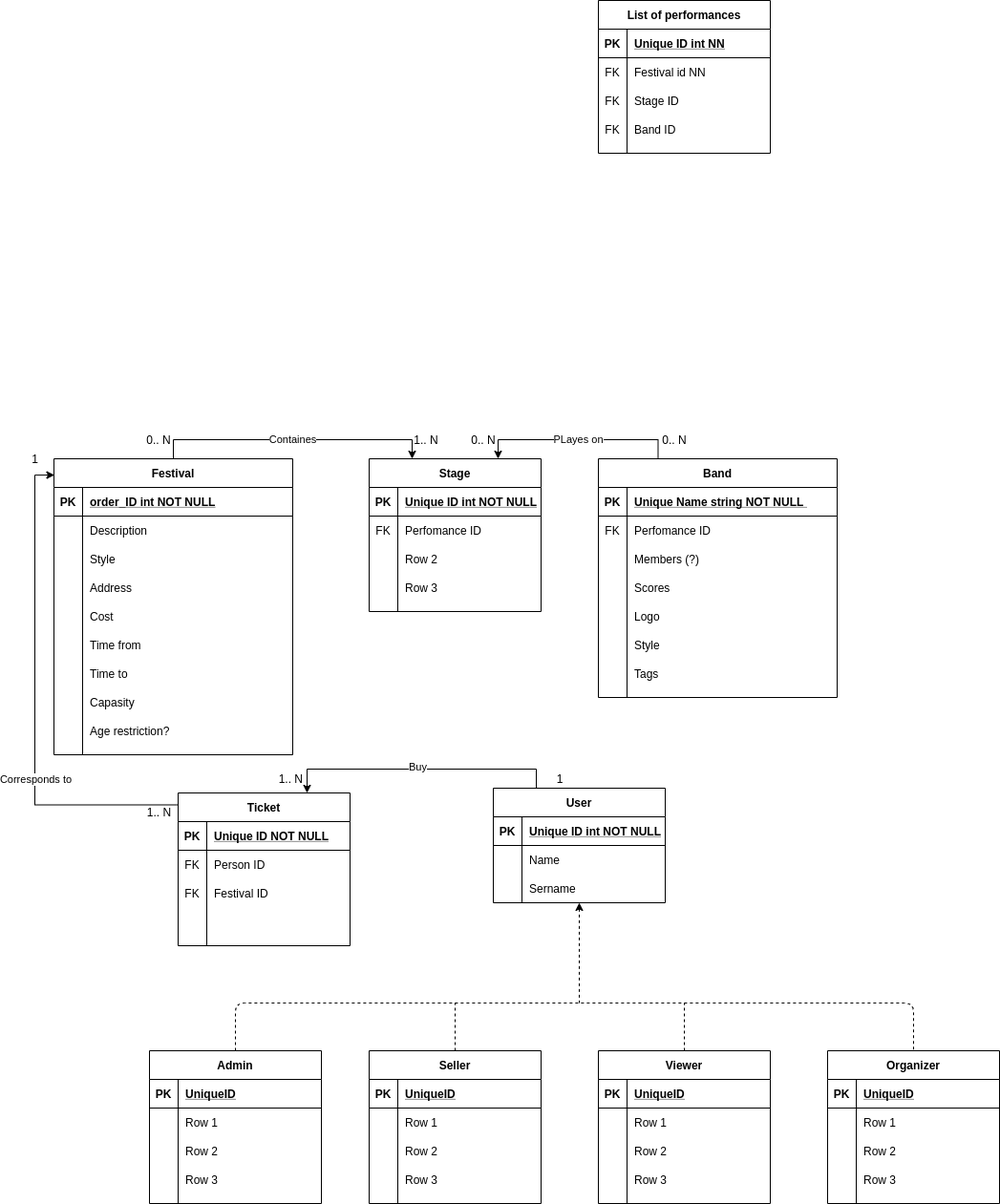
x00Pavel/festival-IS keeps this draw.io diagram as gallery-is-ER.png. Above is the earlier version. Source tidied: cells renumbered, new cells last; positions are measured from the earlier drawing's top-left corner, leaving out a move shared by most shapes.
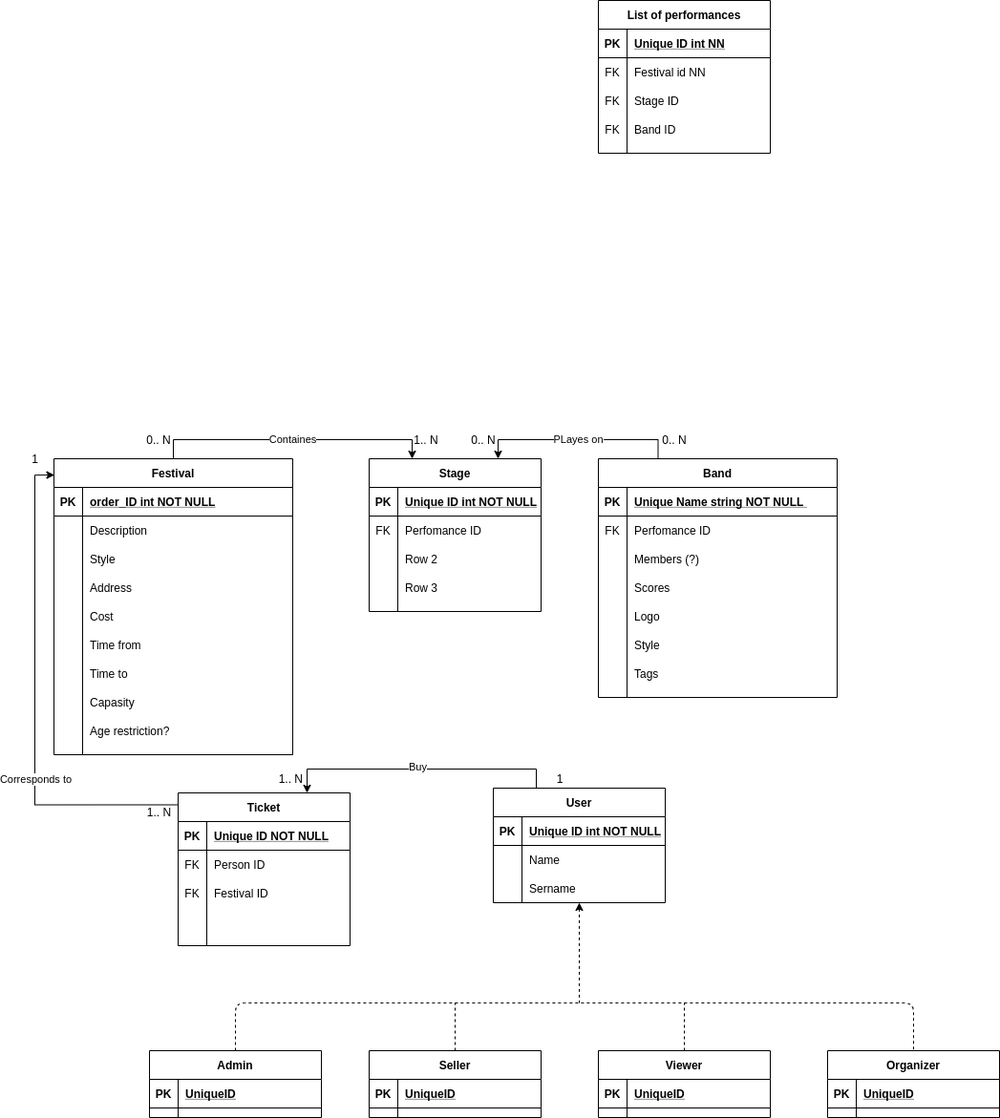
After the commit.

Change to the diagram source:
```diff
@@ -351,7 +351,7 @@
       <mxGeometry x="120" y="840" width="40" height="20" as="geometry" />
     </mxCell>
     <mxCell id="116" value="Admin" style="shape=table;startSize=30;rowLines=0;fontStyle=1;align=center;" parent="1" vertex="1">
-      <mxGeometry x="130" y="1100" width="180" height="160" as="geometry" />
+      <mxGeometry x="130" y="1100" width="180" height="70" as="geometry" />
     </mxCell>
     <mxCell id="117" style="shape=partialRectangle;fillColor=none;top=0;left=0;bottom=1;right=0;" parent="116" vertex="1">
       <mxGeometry y="30" width="180" height="30" as="geometry" />
@@ -362,35 +362,8 @@
     <mxCell id="119" value="UniqueID" style="shape=partialRectangle;fillColor=none;top=0;left=0;bottom=0;right=0;align=left;spacingLeft=6;fontStyle=5;overflow=hidden;" parent="117" vertex="1">
       <mxGeometry x="30" width="150" height="30" as="geometry" />
     </mxCell>
-    <mxCell id="120" style="shape=partialRectangle;fillColor=none;top=0;left=0;bottom=0;right=0;" parent="116" vertex="1">
-      <mxGeometry y="60" width="180" height="30" as="geometry" />
-    </mxCell>
-    <mxCell id="121" style="shape=partialRectangle;fillColor=none;top=0;left=0;bottom=0;right=0;overflow=hidden;" parent="120" vertex="1">
-      <mxGeometry width="30" height="30" as="geometry" />
-    </mxCell>
-    <mxCell id="122" value="Row 1" style="shape=partialRectangle;fillColor=none;top=0;left=0;bottom=0;right=0;align=left;spacingLeft=6;overflow=hidden;" parent="120" vertex="1">
-      <mxGeometry x="30" width="150" height="30" as="geometry" />
-    </mxCell>
-    <mxCell id="123" style="shape=partialRectangle;fillColor=none;top=0;left=0;bottom=0;right=0;" parent="116" vertex="1">
-      <mxGeometry y="90" width="180" height="30" as="geometry" />
-    </mxCell>
-    <mxCell id="124" style="shape=partialRectangle;fillColor=none;top=0;left=0;bottom=0;right=0;overflow=hidden;" parent="123" vertex="1">
-      <mxGeometry width="30" height="30" as="geometry" />
-    </mxCell>
-    <mxCell id="125" value="Row 2" style="shape=partialRectangle;fillColor=none;top=0;left=0;bottom=0;right=0;align=left;spacingLeft=6;overflow=hidden;" parent="123" vertex="1">
-      <mxGeometry x="30" width="150" height="30" as="geometry" />
-    </mxCell>
-    <mxCell id="126" style="shape=partialRectangle;fillColor=none;top=0;left=0;bottom=0;right=0;" parent="116" vertex="1">
-      <mxGeometry y="120" width="180" height="30" as="geometry" />
-    </mxCell>
-    <mxCell id="127" style="shape=partialRectangle;fillColor=none;top=0;left=0;bottom=0;right=0;overflow=hidden;" parent="126" vertex="1">
-      <mxGeometry width="30" height="30" as="geometry" />
-    </mxCell>
-    <mxCell id="128" value="Row 3" style="shape=partialRectangle;fillColor=none;top=0;left=0;bottom=0;right=0;align=left;spacingLeft=6;overflow=hidden;" parent="126" vertex="1">
-      <mxGeometry x="30" width="150" height="30" as="geometry" />
-    </mxCell>
     <mxCell id="129" value="Organizer" style="shape=table;startSize=30;rowLines=0;fontStyle=1;align=center;" parent="1" vertex="1">
-      <mxGeometry x="840" y="1100" width="180" height="160" as="geometry" />
+      <mxGeometry x="840" y="1100" width="180" height="70" as="geometry" />
     </mxCell>
     <mxCell id="130" style="shape=partialRectangle;fillColor=none;top=0;left=0;bottom=1;right=0;" parent="129" vertex="1">
       <mxGeometry y="30" width="180" height="30" as="geometry" />
@@ -401,35 +374,8 @@
     <mxCell id="132" value="UniqueID" style="shape=partialRectangle;fillColor=none;top=0;left=0;bottom=0;right=0;align=left;spacingLeft=6;fontStyle=5;overflow=hidden;" parent="130" vertex="1">
       <mxGeometry x="30" width="150" height="30" as="geometry" />
     </mxCell>
-    <mxCell id="133" style="shape=partialRectangle;fillColor=none;top=0;left=0;bottom=0;right=0;" parent="129" vertex="1">
-      <mxGeometry y="60" width="180" height="30" as="geometry" />
-    </mxCell>
-    <mxCell id="134" style="shape=partialRectangle;fillColor=none;top=0;left=0;bottom=0;right=0;overflow=hidden;" parent="133" vertex="1">
-      <mxGeometry width="30" height="30" as="geometry" />
-    </mxCell>
-    <mxCell id="135" value="Row 1" style="shape=partialRectangle;fillColor=none;top=0;left=0;bottom=0;right=0;align=left;spacingLeft=6;overflow=hidden;" parent="133" vertex="1">
-      <mxGeometry x="30" width="150" height="30" as="geometry" />
-    </mxCell>
-    <mxCell id="136" style="shape=partialRectangle;fillColor=none;top=0;left=0;bottom=0;right=0;" parent="129" vertex="1">
-      <mxGeometry y="90" width="180" height="30" as="geometry" />
-    </mxCell>
-    <mxCell id="137" style="shape=partialRectangle;fillColor=none;top=0;left=0;bottom=0;right=0;overflow=hidden;" parent="136" vertex="1">
-      <mxGeometry width="30" height="30" as="geometry" />
-    </mxCell>
-    <mxCell id="138" value="Row 2" style="shape=partialRectangle;fillColor=none;top=0;left=0;bottom=0;right=0;align=left;spacingLeft=6;overflow=hidden;" parent="136" vertex="1">
-      <mxGeometry x="30" width="150" height="30" as="geometry" />
-    </mxCell>
-    <mxCell id="139" style="shape=partialRectangle;fillColor=none;top=0;left=0;bottom=0;right=0;" parent="129" vertex="1">
-      <mxGeometry y="120" width="180" height="30" as="geometry" />
-    </mxCell>
-    <mxCell id="140" style="shape=partialRectangle;fillColor=none;top=0;left=0;bottom=0;right=0;overflow=hidden;" parent="139" vertex="1">
-      <mxGeometry width="30" height="30" as="geometry" />
-    </mxCell>
-    <mxCell id="141" value="Row 3" style="shape=partialRectangle;fillColor=none;top=0;left=0;bottom=0;right=0;align=left;spacingLeft=6;overflow=hidden;" parent="139" vertex="1">
-      <mxGeometry x="30" width="150" height="30" as="geometry" />
-    </mxCell>
     <mxCell id="142" value="Seller" style="shape=table;startSize=30;rowLines=0;fontStyle=1;align=center;" parent="1" vertex="1">
-      <mxGeometry x="360" y="1100" width="180" height="160" as="geometry" />
+      <mxGeometry x="360" y="1100" width="180" height="70" as="geometry" />
     </mxCell>
     <mxCell id="143" style="shape=partialRectangle;fillColor=none;top=0;left=0;bottom=1;right=0;" parent="142" vertex="1">
       <mxGeometry y="30" width="180" height="30" as="geometry" />
@@ -440,40 +386,13 @@
     <mxCell id="145" value="UniqueID" style="shape=partialRectangle;fillColor=none;top=0;left=0;bottom=0;right=0;align=left;spacingLeft=6;fontStyle=5;overflow=hidden;" parent="143" vertex="1">
       <mxGeometry x="30" width="150" height="30" as="geometry" />
     </mxCell>
-    <mxCell id="146" style="shape=partialRectangle;fillColor=none;top=0;left=0;bottom=0;right=0;" parent="142" vertex="1">
-      <mxGeometry y="60" width="180" height="30" as="geometry" />
-    </mxCell>
-    <mxCell id="147" style="shape=partialRectangle;fillColor=none;top=0;left=0;bottom=0;right=0;overflow=hidden;" parent="146" vertex="1">
-      <mxGeometry width="30" height="30" as="geometry" />
-    </mxCell>
-    <mxCell id="148" value="Row 1" style="shape=partialRectangle;fillColor=none;top=0;left=0;bottom=0;right=0;align=left;spacingLeft=6;overflow=hidden;" parent="146" vertex="1">
-      <mxGeometry x="30" width="150" height="30" as="geometry" />
-    </mxCell>
-    <mxCell id="149" style="shape=partialRectangle;fillColor=none;top=0;left=0;bottom=0;right=0;" parent="142" vertex="1">
-      <mxGeometry y="90" width="180" height="30" as="geometry" />
-    </mxCell>
-    <mxCell id="150" style="shape=partialRectangle;fillColor=none;top=0;left=0;bottom=0;right=0;overflow=hidden;" parent="149" vertex="1">
-      <mxGeometry width="30" height="30" as="geometry" />
-    </mxCell>
-    <mxCell id="151" value="Row 2" style="shape=partialRectangle;fillColor=none;top=0;left=0;bottom=0;right=0;align=left;spacingLeft=6;overflow=hidden;" parent="149" vertex="1">
-      <mxGeometry x="30" width="150" height="30" as="geometry" />
-    </mxCell>
-    <mxCell id="152" style="shape=partialRectangle;fillColor=none;top=0;left=0;bottom=0;right=0;" parent="142" vertex="1">
-      <mxGeometry y="120" width="180" height="30" as="geometry" />
-    </mxCell>
-    <mxCell id="153" style="shape=partialRectangle;fillColor=none;top=0;left=0;bottom=0;right=0;overflow=hidden;" parent="152" vertex="1">
-      <mxGeometry width="30" height="30" as="geometry" />
-    </mxCell>
-    <mxCell id="154" value="Row 3" style="shape=partialRectangle;fillColor=none;top=0;left=0;bottom=0;right=0;align=left;spacingLeft=6;overflow=hidden;" parent="152" vertex="1">
-      <mxGeometry x="30" width="150" height="30" as="geometry" />
-    </mxCell>
     <mxCell id="155" style="edgeStyle=orthogonalEdgeStyle;rounded=0;jettySize=auto;html=1;exitX=0.5;exitY=0;exitDx=0;exitDy=0;dashed=1;endArrow=none;endFill=0;" parent="1" edge="1" source="156">
       <mxGeometry relative="1" as="geometry">
         <mxPoint x="690" y="1050" as="targetPoint" />
       </mxGeometry>
     </mxCell>
     <mxCell id="156" value="Viewer" style="shape=table;startSize=30;rowLines=0;fontStyle=1;align=center;" parent="1" vertex="1">
-      <mxGeometry x="600" y="1100" width="180" height="160" as="geometry" />
+      <mxGeometry x="600" y="1100" width="180" height="70" as="geometry" />
     </mxCell>
     <mxCell id="157" style="shape=partialRectangle;fillColor=none;top=0;left=0;bottom=1;right=0;" parent="156" vertex="1">
       <mxGeometry y="30" width="180" height="30" as="geometry" />
@@ -484,33 +403,6 @@
     <mxCell id="159" value="UniqueID" style="shape=partialRectangle;fillColor=none;top=0;left=0;bottom=0;right=0;align=left;spacingLeft=6;fontStyle=5;overflow=hidden;" parent="157" vertex="1">
       <mxGeometry x="30" width="150" height="30" as="geometry" />
     </mxCell>
-    <mxCell id="160" style="shape=partialRectangle;fillColor=none;top=0;left=0;bottom=0;right=0;" parent="156" vertex="1">
-      <mxGeometry y="60" width="180" height="30" as="geometry" />
-    </mxCell>
-    <mxCell id="161" style="shape=partialRectangle;fillColor=none;top=0;left=0;bottom=0;right=0;overflow=hidden;" parent="160" vertex="1">
-      <mxGeometry width="30" height="30" as="geometry" />
-    </mxCell>
-    <mxCell id="162" value="Row 1" style="shape=partialRectangle;fillColor=none;top=0;left=0;bottom=0;right=0;align=left;spacingLeft=6;overflow=hidden;" parent="160" vertex="1">
-      <mxGeometry x="30" width="150" height="30" as="geometry" />
-    </mxCell>
-    <mxCell id="163" style="shape=partialRectangle;fillColor=none;top=0;left=0;bottom=0;right=0;" parent="156" vertex="1">
-      <mxGeometry y="90" width="180" height="30" as="geometry" />
-    </mxCell>
-    <mxCell id="164" style="shape=partialRectangle;fillColor=none;top=0;left=0;bottom=0;right=0;overflow=hidden;" parent="163" vertex="1">
-      <mxGeometry width="30" height="30" as="geometry" />
-    </mxCell>
-    <mxCell id="165" value="Row 2" style="shape=partialRectangle;fillColor=none;top=0;left=0;bottom=0;right=0;align=left;spacingLeft=6;overflow=hidden;" parent="163" vertex="1">
-      <mxGeometry x="30" width="150" height="30" as="geometry" />
-    </mxCell>
-    <mxCell id="166" style="shape=partialRectangle;fillColor=none;top=0;left=0;bottom=0;right=0;" parent="156" vertex="1">
-      <mxGeometry y="120" width="180" height="30" as="geometry" />
-    </mxCell>
-    <mxCell id="167" style="shape=partialRectangle;fillColor=none;top=0;left=0;bottom=0;right=0;overflow=hidden;" parent="166" vertex="1">
-      <mxGeometry width="30" height="30" as="geometry" />
-    </mxCell>
-    <mxCell id="168" value="Row 3" style="shape=partialRectangle;fillColor=none;top=0;left=0;bottom=0;right=0;align=left;spacingLeft=6;overflow=hidden;" parent="166" vertex="1">
-      <mxGeometry x="30" width="150" height="30" as="geometry" />
-    </mxCell>
     <mxCell id="169" style="endArrow=none;html=1;dashed=1;edgeStyle=orthogonalEdgeStyle;exitX=0.5;exitY=0;exitDx=0;exitDy=0;entryX=0.5;entryY=0;entryDx=0;entryDy=0;" parent="1" edge="1" source="116" target="129">
       <mxGeometry relative="1" as="geometry">
         <Array as="points">
```
